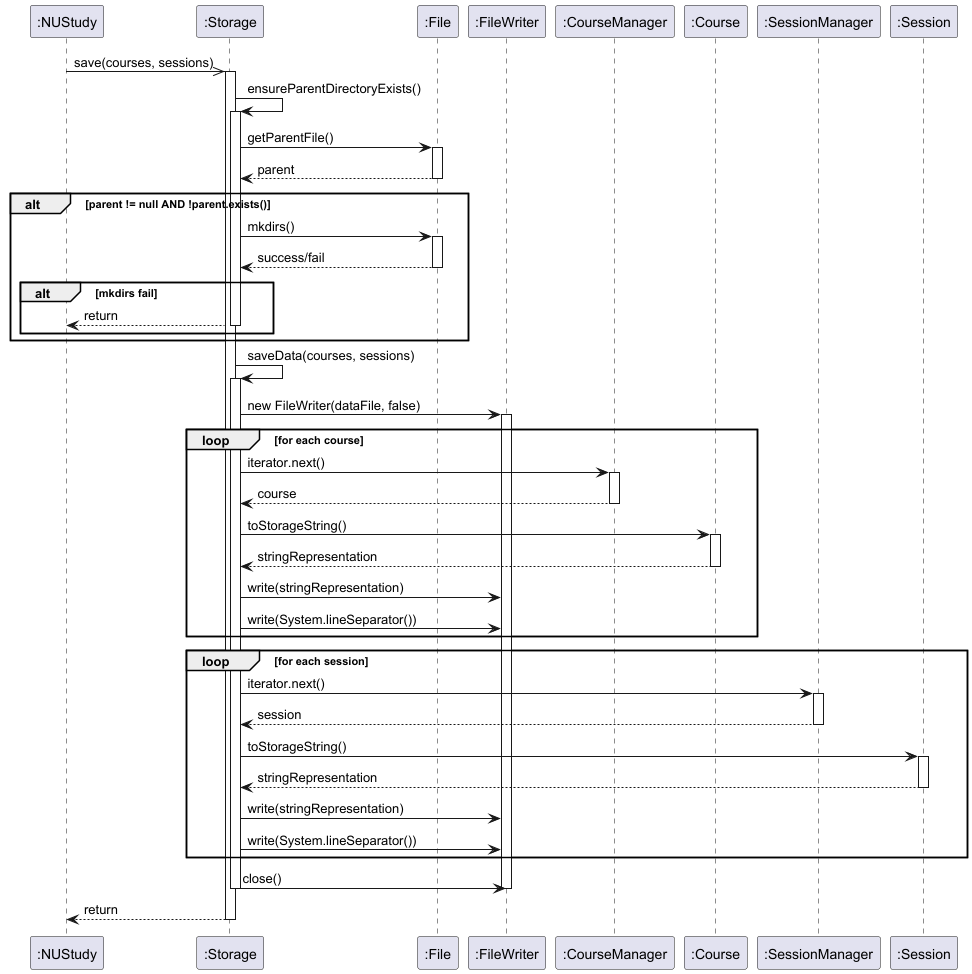
This is docs/diagrams/StorageSaveSequenceDiagram.png from t-kandasami/tp, a PlantUML export, as it was before one commit. Its diagram source:
```plantuml
@startuml

participant ":NUStudy" as Main
participant ":Storage" as Storage
participant ":File" as File
participant ":FileWriter" as FW
participant ":CourseManager" as CM
participant ":Course" as Course
participant ":SessionManager" as SM
participant ":Session" as Session

Main ->>Storage: save(courses, sessions)
activate Storage

Storage -> Storage: ensureParentDirectoryExists()
activate Storage

Storage -> File: getParentFile()
activate File

File --> Storage: parent
deactivate File

alt parent != null AND !parent.exists()
    Storage -> File: mkdirs()
    activate File

    File --> Storage: success/fail
    deactivate File

    alt mkdirs fail
        Storage --> Main: return
        deactivate Storage
    end

end

Storage -> Storage: saveData(courses, sessions)
activate Storage

Storage -> FW: new FileWriter(dataFile, false)
activate FW

loop for each course
    Storage -> CM: iterator.next()
    activate CM

    CM --> Storage: course
    deactivate CM

    Storage -> Course: toStorageString()
    activate Course

    Course --> Storage: stringRepresentation
    deactivate Course

    Storage -> FW: write(stringRepresentation)
    Storage -> FW: write(System.lineSeparator())
end

loop for each session
    Storage -> SM: iterator.next()
    activate SM

    SM --> Storage: session
    deactivate SM

    Storage -> Session: toStorageString()
    activate Session

    Session --> Storage: stringRepresentation
    deactivate Session

    Storage -> FW: write(stringRepresentation)
    Storage -> FW: write(System.lineSeparator())
end

Storage -> FW: close()
deactivate FW

deactivate Storage

Storage --> Main: return
deactivate Storage


@enduml
```
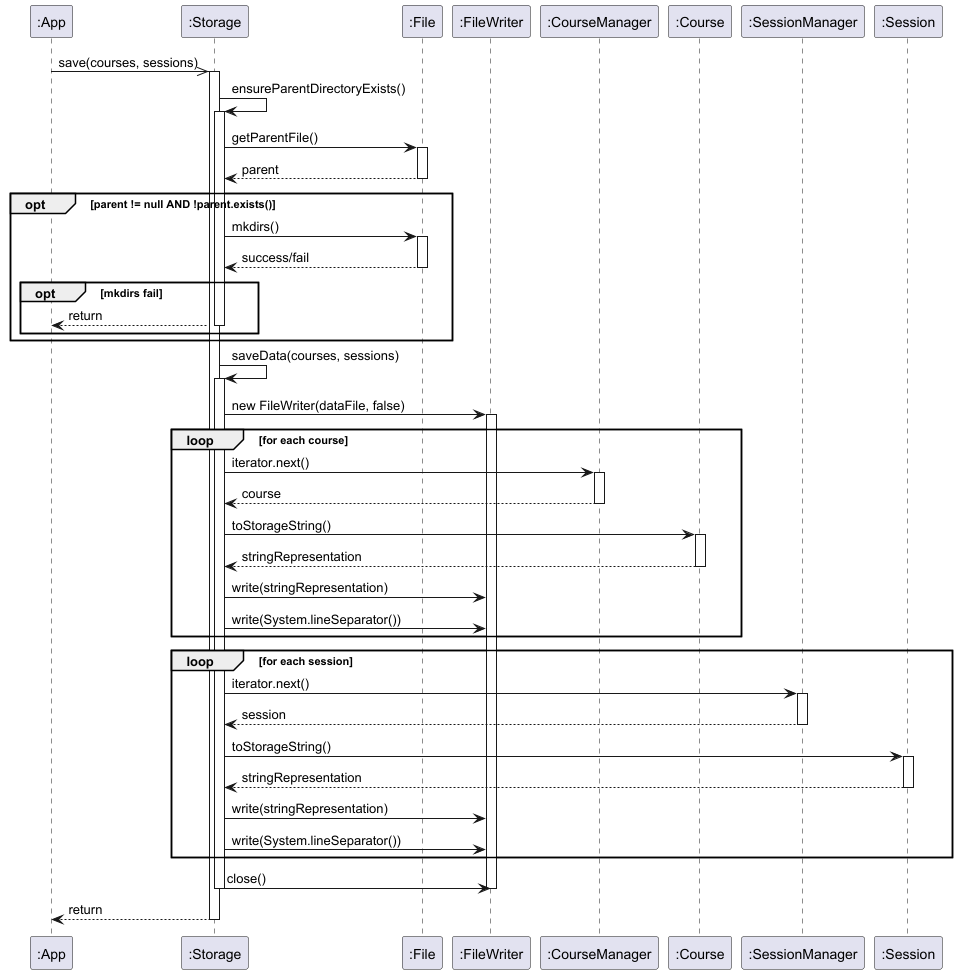
Above is the later version.

Commit message:
docs: change alt frame to opt frame

What changed in the source:
```diff
@@ -1,6 +1,6 @@
 @startuml
 
-participant ":NUStudy" as Main
+participant ":App" as Main
 participant ":Storage" as Storage
 participant ":File" as File
 participant ":FileWriter" as FW
@@ -21,14 +21,14 @@
 File --> Storage: parent
 deactivate File
 
-alt parent != null AND !parent.exists()
+opt parent != null AND !parent.exists()
     Storage -> File: mkdirs()
     activate File
 
     File --> Storage: success/fail
     deactivate File
 
-    alt mkdirs fail
+    opt mkdirs fail
         Storage --> Main: return
         deactivate Storage
     end
```
